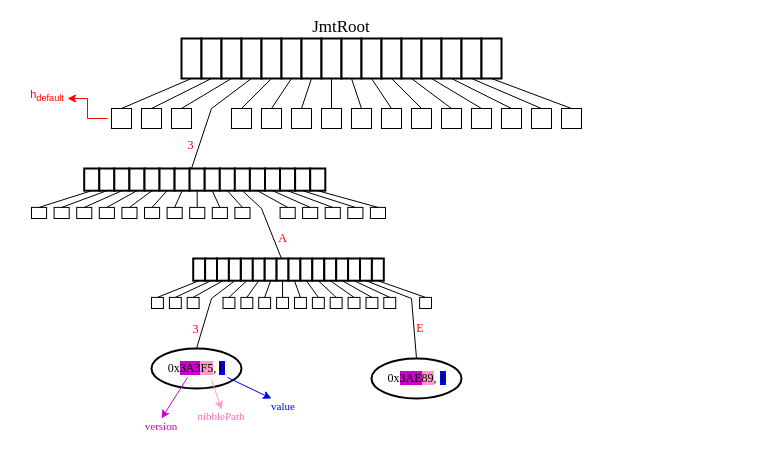
Before: JMT.drawio in pietro-celati/Jellyfish-Merkle-Tree, a draw.io diagram. Source tidied: cells renumbered, new cells numbered last; positions are measured from the earlier drawing's top-left corner, leaving out a move shared by most shapes. Both pictures are drawn from the tidied source at 100%, with x=0, y=0 at pixel (17, 17).
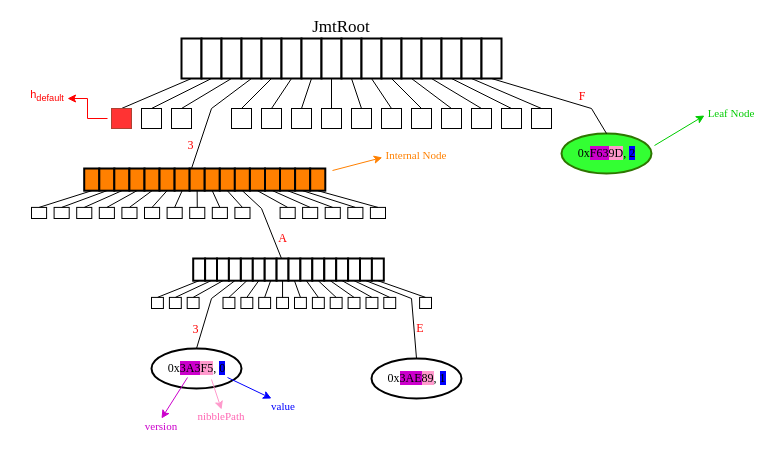
The same diagram, later.

Unchanged cells that the change refers to:
```xml
<mxCell id="5" style="group;" parent="1" vertex="1">
  <mxGeometry x="94" y="21" width="470" height="90" as="geometry" />
</mxCell>
<mxCell id="22" style="rounded=0;whiteSpace=wrap;html=1;strokeWidth=2;" parent="6" vertex="1">
  <mxGeometry x="300" width="20" height="40" as="geometry" />
</mxCell>
<mxCell id="55" style="group;strokeWidth=2;" parent="54" vertex="1">
  <mxGeometry x="52.7" width="241" height="22.2" as="geometry" />
</mxCell>
```

The edit, as a diff of the source:
```diff
@@
-    <mxCell id="24" style="rounded=0;whiteSpace=wrap;html=1;" parent="5" vertex="1">
+    <mxCell id="24" style="rounded=0;whiteSpace=wrap;html=1;fillColor=#FF3333;strokeColor=#ae4132;" parent="5" vertex="1">
       <mxGeometry y="70" width="20" height="20" as="geometry" />
     </mxCell>
@@
-    <mxCell id="50" style="rounded=0;whiteSpace=wrap;html=1;" parent="5" vertex="1">
-      <mxGeometry x="450" y="70" width="20" height="20" as="geometry" />
-    </mxCell>
@@
-    <mxCell id="53" style="endArrow=none;html=1;rounded=0;entryX=0.5;entryY=1;entryDx=0;entryDy=0;exitX=0.5;exitY=0;exitDx=0;exitDy=0;" parent="5" edge="1" source="50" target="22">
-      <mxGeometry relative="1" as="geometry" />
-    </mxCell>
     <mxCell id="54" style="group;" parent="1" vertex="1">
-      <mxGeometry x="14" y="151" width="354" height="50" as="geometry" />
+      <mxGeometry x="14" y="151" width="430" height="50" as="geometry" />
     </mxCell>
@@
-    <mxCell id="56" style="rounded=0;whiteSpace=wrap;html=1;strokeWidth=2;" parent="55" vertex="1">
+    <mxCell id="56" style="rounded=0;whiteSpace=wrap;html=1;strokeWidth=2;fillColor=#FF8000;" parent="55" vertex="1">
       <mxGeometry width="15.1" height="22.2" as="geometry" />
     </mxCell>
-    <mxCell id="57" style="rounded=0;whiteSpace=wrap;html=1;strokeWidth=2;" parent="55" vertex="1">
+    <mxCell id="57" style="rounded=0;whiteSpace=wrap;html=1;strokeWidth=2;fillColor=#FF8000;" parent="55" vertex="1">
       <mxGeometry x="15.1" width="15.1" height="22.2" as="geometry" />
     </mxCell>
-    <mxCell id="58" style="rounded=0;whiteSpace=wrap;html=1;strokeWidth=2;" parent="55" vertex="1">
+    <mxCell id="58" style="rounded=0;whiteSpace=wrap;html=1;strokeWidth=2;fillColor=#FF8000;" parent="55" vertex="1">
       <mxGeometry x="30.1" width="15.1" height="22.2" as="geometry" />
     </mxCell>
-    <mxCell id="59" style="rounded=0;whiteSpace=wrap;html=1;strokeWidth=2;" parent="55" vertex="1">
+    <mxCell id="59" style="rounded=0;whiteSpace=wrap;html=1;strokeWidth=2;fillColor=#FF8000;" parent="55" vertex="1">
       <mxGeometry x="45.2" width="15.1" height="22.2" as="geometry" />
     </mxCell>
-    <mxCell id="60" style="rounded=0;whiteSpace=wrap;html=1;strokeWidth=2;" parent="55" vertex="1">
+    <mxCell id="60" style="rounded=0;whiteSpace=wrap;html=1;strokeWidth=2;fillColor=#FF8000;" parent="55" vertex="1">
       <mxGeometry x="60.3" width="15.1" height="22.2" as="geometry" />
     </mxCell>
-    <mxCell id="61" style="rounded=0;whiteSpace=wrap;html=1;strokeWidth=2;" parent="55" vertex="1">
+    <mxCell id="61" style="rounded=0;whiteSpace=wrap;html=1;strokeWidth=2;fillColor=#FF8000;" parent="55" vertex="1">
       <mxGeometry x="75.3" width="15.1" height="22.2" as="geometry" />
     </mxCell>
-    <mxCell id="62" style="rounded=0;whiteSpace=wrap;html=1;strokeWidth=2;" parent="55" vertex="1">
+    <mxCell id="62" style="rounded=0;whiteSpace=wrap;html=1;strokeWidth=2;fillColor=#FF8000;" parent="55" vertex="1">
       <mxGeometry x="90.4" width="15.1" height="22.2" as="geometry" />
     </mxCell>
-    <mxCell id="63" style="rounded=0;whiteSpace=wrap;html=1;strokeWidth=2;" parent="55" vertex="1">
+    <mxCell id="63" style="rounded=0;whiteSpace=wrap;html=1;strokeWidth=2;fillColor=#FF8000;" parent="55" vertex="1">
       <mxGeometry x="105.4" width="15.1" height="22.2" as="geometry" />
     </mxCell>
-    <mxCell id="64" style="rounded=0;whiteSpace=wrap;html=1;strokeWidth=2;" parent="55" vertex="1">
+    <mxCell id="64" style="rounded=0;whiteSpace=wrap;html=1;strokeWidth=2;fillColor=#FF8000;" parent="55" vertex="1">
       <mxGeometry x="120.5" width="15.1" height="22.2" as="geometry" />
     </mxCell>
-    <mxCell id="65" style="rounded=0;whiteSpace=wrap;html=1;strokeWidth=2;" parent="55" vertex="1">
+    <mxCell id="65" style="rounded=0;whiteSpace=wrap;html=1;strokeWidth=2;fillColor=#FF8000;" parent="55" vertex="1">
       <mxGeometry x="135.6" width="15.1" height="22.2" as="geometry" />
     </mxCell>
-    <mxCell id="66" style="rounded=0;whiteSpace=wrap;html=1;strokeWidth=2;" parent="55" vertex="1">
+    <mxCell id="66" style="rounded=0;whiteSpace=wrap;html=1;strokeWidth=2;fillColor=#FF8000;" parent="55" vertex="1">
       <mxGeometry x="150.6" width="15.1" height="22.2" as="geometry" />
     </mxCell>
-    <mxCell id="67" style="rounded=0;whiteSpace=wrap;html=1;strokeWidth=2;" parent="55" vertex="1">
+    <mxCell id="67" style="rounded=0;whiteSpace=wrap;html=1;strokeWidth=2;fillColor=#FF8000;" parent="55" vertex="1">
       <mxGeometry x="165.7" width="15.1" height="22.2" as="geometry" />
     </mxCell>
-    <mxCell id="68" style="rounded=0;whiteSpace=wrap;html=1;strokeWidth=2;" parent="55" vertex="1">
+    <mxCell id="68" style="rounded=0;whiteSpace=wrap;html=1;strokeWidth=2;fillColor=#FF8000;" parent="55" vertex="1">
       <mxGeometry x="180.8" width="15.1" height="22.2" as="geometry" />
     </mxCell>
-    <mxCell id="69" style="rounded=0;whiteSpace=wrap;html=1;strokeWidth=2;" parent="55" vertex="1">
+    <mxCell id="69" style="rounded=0;whiteSpace=wrap;html=1;strokeWidth=2;fillColor=#FF8000;" parent="55" vertex="1">
       <mxGeometry x="195.8" width="15.1" height="22.2" as="geometry" />
     </mxCell>
-    <mxCell id="70" style="rounded=0;whiteSpace=wrap;html=1;strokeWidth=2;" parent="55" vertex="1">
+    <mxCell id="70" style="rounded=0;whiteSpace=wrap;html=1;strokeWidth=2;fillColor=#FF8000;" parent="55" vertex="1">
       <mxGeometry x="210.9" width="15.1" height="22.2" as="geometry" />
     </mxCell>
-    <mxCell id="71" style="rounded=0;whiteSpace=wrap;html=1;strokeWidth=2;" parent="55" vertex="1">
+    <mxCell id="71" style="rounded=0;whiteSpace=wrap;html=1;strokeWidth=2;fillColor=#FF8000;" parent="55" vertex="1">
       <mxGeometry x="226" width="15.1" height="22.2" as="geometry" />
     </mxCell>
@@
+    <mxCell id="167" style="endArrow=classic;html=1;rounded=0;strokeColor=#FF8000;" parent="54" edge="1">
+      <mxGeometry relative="1" as="geometry">
+        <mxPoint x="301" y="2" as="sourcePoint" />
+        <mxPoint x="350.8" y="-11" as="targetPoint" />
+      </mxGeometry>
+    </mxCell>
@@
+    <mxCell id="168" style="ellipse;whiteSpace=wrap;html=1;strokeWidth=2;fillColor=#33FF33;fontColor=#ffffff;strokeColor=#2D7600;" parent="1" vertex="1">
+      <mxGeometry x="544" y="116" width="90" height="40" as="geometry" />
+    </mxCell>
+    <mxCell id="169" value="&lt;font face=&quot;Times New Roman&quot;&gt;0x&lt;span style=&quot;background-color: rgb(204, 0, 204);&quot;&gt;F63&lt;/span&gt;&lt;span style=&quot;background-color: rgb(255, 153, 204);&quot;&gt;9D&lt;/span&gt;, &lt;span style=&quot;background-color: rgb(0, 0, 255);&quot;&gt;2&lt;/span&gt;&lt;/font&gt;" style="text;html=1;align=center;verticalAlign=middle;whiteSpace=wrap;rounded=0;" parent="1" vertex="1">
+      <mxGeometry x="551.5" y="121" width="75" height="30" as="geometry" />
+    </mxCell>
+    <mxCell id="53" style="endArrow=none;html=1;rounded=0;entryX=0.5;entryY=1;entryDx=0;entryDy=0;exitX=0.5;exitY=0;exitDx=0;exitDy=0;" parent="1" edge="1" source="168" target="22">
+      <mxGeometry relative="1" as="geometry">
+        <Array as="points">
+          <mxPoint x="574" y="91" />
+        </Array>
+      </mxGeometry>
+    </mxCell>
+    <mxCell id="170" value="&lt;font style=&quot;color: rgb(255, 0, 0);&quot; face=&quot;Times New Roman&quot;&gt;F&lt;/font&gt;" style="text;html=1;align=center;verticalAlign=middle;whiteSpace=wrap;rounded=0;" parent="1" vertex="1">
+      <mxGeometry x="551.5" y="67.5" width="25.5" height="23" as="geometry" />
+    </mxCell>
+    <mxCell id="171" style="endArrow=classic;html=1;rounded=0;strokeColor=#00CC00;" parent="1" edge="1">
+      <mxGeometry relative="1" as="geometry">
+        <mxPoint x="637" y="128" as="sourcePoint" />
+        <mxPoint x="687" y="98" as="targetPoint" />
+      </mxGeometry>
+    </mxCell>
+    <mxCell id="172" value="&lt;font style=&quot;color: rgb(0, 204, 0);&quot;&gt;Leaf Node&lt;/font&gt;" style="text;html=1;align=center;verticalAlign=middle;whiteSpace=wrap;rounded=0;fontColor=#0000FF;fontSize=11;fontFamily=Times New Roman;labelBackgroundColor=default;" parent="1" vertex="1">
+      <mxGeometry x="684" y="81" width="60" height="30" as="geometry" />
+    </mxCell>
+    <mxCell id="173" value="&lt;font style=&quot;color: rgb(255, 128, 0);&quot;&gt;Internal Node&lt;/font&gt;" style="text;html=1;align=center;verticalAlign=middle;whiteSpace=wrap;rounded=0;fontColor=#0000FF;fontSize=11;fontFamily=Times New Roman;labelBackgroundColor=default;" parent="1" vertex="1">
+      <mxGeometry x="361.8" y="123" width="74.2" height="30" as="geometry" />
+    </mxCell>
```
